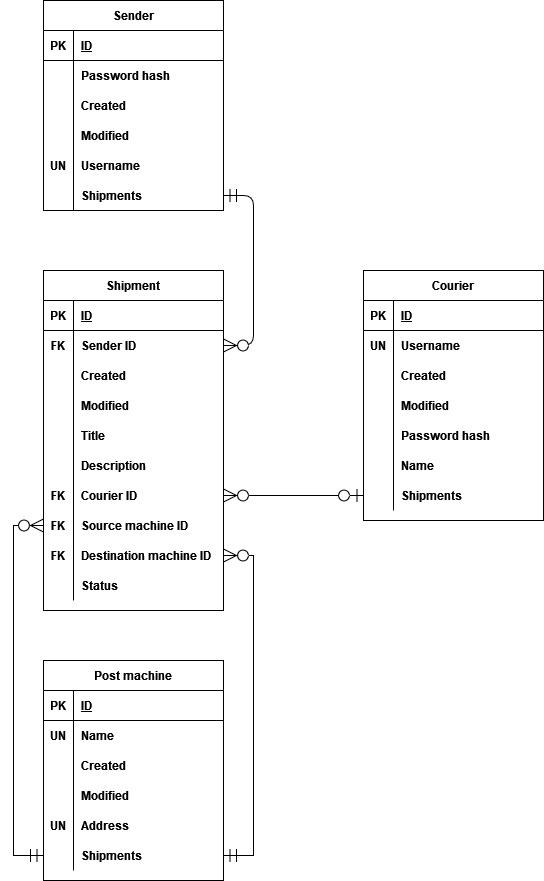
Before: docs/databaseDiagram.drawio.png, a diagram exported from draw.io (yjhn/shipping-service). Source tidied: cells renumbered, new cells last; positions are measured from the earlier drawing's top-left corner, leaving out a move shared by most shapes.
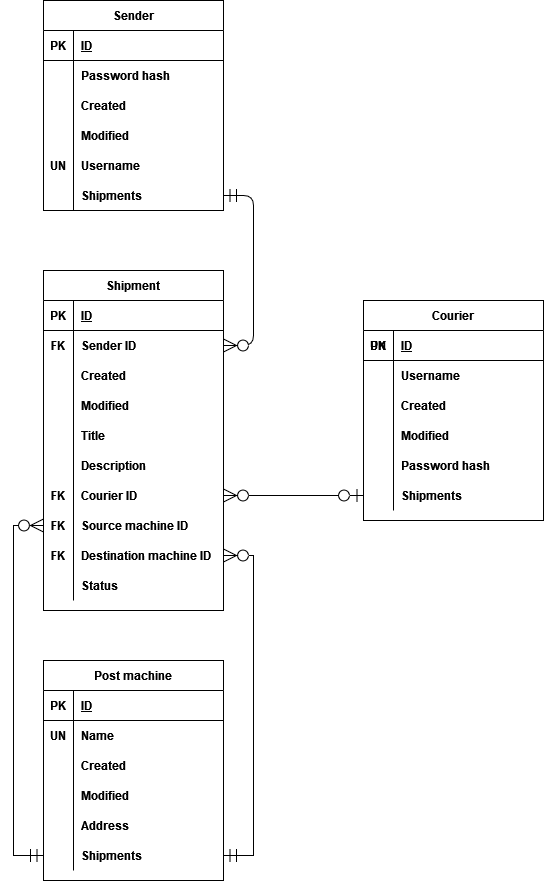
The same file after the commit.

Commit message:
Change db diagram to fit the current db status in the code

The edit, as a diff of the source:
```diff
@@ -216,7 +216,7 @@
       <mxGeometry x="30" width="150" height="30" as="geometry" />
     </mxCell>
     <mxCell id="73" value="Courier" style="shape=table;startSize=30;rowLines=0;fontStyle=1;align=center;" parent="1" vertex="1">
-      <mxGeometry x="320" y="270" width="180" height="250" as="geometry" />
+      <mxGeometry x="320" y="300" width="180" height="220" as="geometry" />
     </mxCell>
     <mxCell id="74" style="shape=partialRectangle;fillColor=none;top=0;left=0;bottom=1;right=0;" parent="73" vertex="1">
       <mxGeometry y="30" width="180" height="30" as="geometry" />
@@ -263,17 +263,8 @@
     <mxCell id="88" value="Password hash" style="shape=partialRectangle;fillColor=none;top=0;left=0;bottom=0;right=0;align=left;spacingLeft=6;overflow=hidden;fontStyle=1;" parent="86" vertex="1">
       <mxGeometry x="30" width="150" height="30" as="geometry" />
     </mxCell>
-    <mxCell id="89" style="shape=partialRectangle;fillColor=none;top=0;left=0;bottom=0;right=0;" parent="73" vertex="1">
-      <mxGeometry y="180" width="180" height="30" as="geometry" />
-    </mxCell>
-    <mxCell id="90" style="shape=partialRectangle;fillColor=none;top=0;left=0;bottom=0;right=0;overflow=hidden;fontStyle=1;" parent="89" vertex="1">
-      <mxGeometry width="30" height="30" as="geometry" />
-    </mxCell>
-    <mxCell id="91" value="Name" style="shape=partialRectangle;fillColor=none;top=0;left=0;bottom=0;right=0;align=left;spacingLeft=6;overflow=hidden;fontStyle=1;" parent="89" vertex="1">
-      <mxGeometry x="30" width="150" height="30" as="geometry" />
-    </mxCell>
     <mxCell id="92" style="shape=partialRectangle;fillColor=none;top=0;left=0;bottom=0;right=0;points=[[0,0.5],[1,0.5]];portConstraint=eastwest;" parent="73" vertex="1">
-      <mxGeometry y="210" width="180" height="30" as="geometry" />
+      <mxGeometry y="180" width="180" height="30" as="geometry" />
     </mxCell>
     <mxCell id="93" style="shape=partialRectangle;fillColor=none;top=0;left=0;bottom=0;right=0;overflow=hidden;fontStyle=1;" parent="92" vertex="1">
       <mxGeometry width="30" height="30" as="geometry" />
@@ -302,8 +293,5 @@
     <mxCell id="101" value="FK" style="shape=partialRectangle;fillColor=none;top=0;left=0;bottom=0;right=0;overflow=hidden;fontStyle=1;" parent="1" vertex="1">
       <mxGeometry y="540" width="30" height="30" as="geometry" />
     </mxCell>
-    <mxCell id="102" value="UN" style="shape=partialRectangle;fillColor=none;top=0;left=0;bottom=0;right=0;overflow=hidden;fontStyle=1;" parent="1" vertex="1">
-      <mxGeometry y="810" width="30" height="30" as="geometry" />
-    </mxCell>
   </root>
 </mxGraphModel>
```
